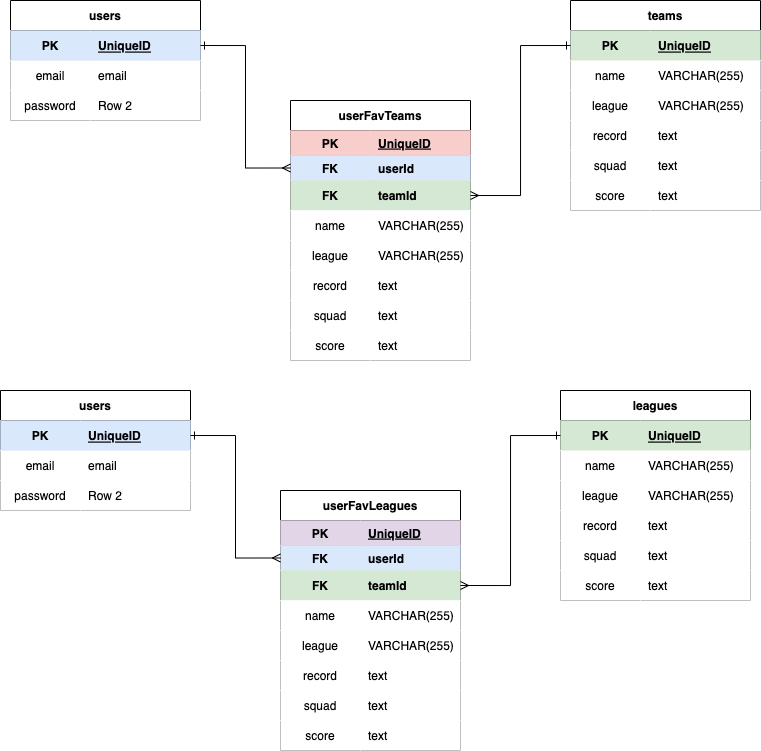
Above: fandb.drawio.png in vijaylpersad/project-2-fandb (draw.io), before the change. Source tidied: cells renumbered, new cells last; positions are measured from the earlier drawing's top-left corner, leaving out a move shared by most shapes.
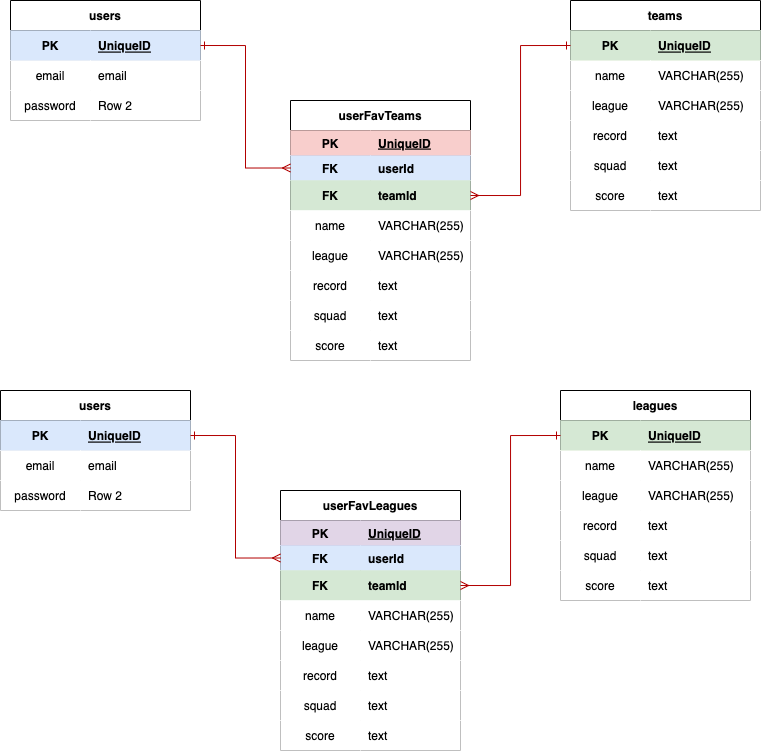
The same diagram one commit later.

The edit, as a diff of the source:
```diff
@@ -164,10 +164,10 @@
     <mxCell id="55" value="text" style="shape=partialRectangle;top=0;left=0;bottom=0;right=0;align=left;spacingLeft=6;overflow=hidden;" parent="53" vertex="1">
       <mxGeometry x="80" width="100" height="30" as="geometry" />
     </mxCell>
-    <mxCell id="56" style="edgeStyle=orthogonalEdgeStyle;rounded=0;jettySize=auto;html=1;exitX=1;exitY=0.5;exitDx=0;exitDy=0;entryX=0;entryY=0.5;entryDx=0;entryDy=0;endArrow=ERmany;endFill=0;startArrow=ERone;startFill=0;" parent="1" edge="1" source="3" target="35">
+    <mxCell id="56" style="edgeStyle=orthogonalEdgeStyle;rounded=0;jettySize=auto;html=1;exitX=1;exitY=0.5;exitDx=0;exitDy=0;entryX=0;entryY=0.5;entryDx=0;entryDy=0;endArrow=ERmany;endFill=0;startArrow=ERone;startFill=0;fillColor=#e51400;strokeColor=#B20000;" parent="1" edge="1" source="3" target="35">
       <mxGeometry relative="1" as="geometry" />
     </mxCell>
-    <mxCell id="57" style="edgeStyle=orthogonalEdgeStyle;rounded=0;jettySize=auto;html=1;exitX=0;exitY=0.5;exitDx=0;exitDy=0;entryX=1;entryY=0.5;entryDx=0;entryDy=0;endArrow=ERmany;endFill=0;startArrow=ERone;startFill=0;" parent="1" edge="1" source="13" target="38">
+    <mxCell id="57" style="edgeStyle=orthogonalEdgeStyle;rounded=0;jettySize=auto;html=1;exitX=0;exitY=0.5;exitDx=0;exitDy=0;entryX=1;entryY=0.5;entryDx=0;entryDy=0;endArrow=ERmany;endFill=0;startArrow=ERone;startFill=0;fillColor=#e51400;strokeColor=#B20000;" parent="1" edge="1" source="13" target="38">
       <mxGeometry relative="1" as="geometry" />
     </mxCell>
     <mxCell id="58" value="users" style="shape=table;startSize=30;rowLines=0;fontStyle=1;align=center;" parent="1" vertex="1">
@@ -332,10 +332,10 @@
     <mxCell id="111" value="text" style="shape=partialRectangle;top=0;left=0;bottom=0;right=0;align=left;spacingLeft=6;overflow=hidden;" parent="109" vertex="1">
       <mxGeometry x="80" width="100" height="30" as="geometry" />
     </mxCell>
-    <mxCell id="112" style="edgeStyle=orthogonalEdgeStyle;rounded=0;jettySize=auto;html=1;exitX=1;exitY=0.5;exitDx=0;exitDy=0;entryX=0;entryY=0.5;entryDx=0;entryDy=0;endArrow=ERmany;endFill=0;startArrow=ERone;startFill=0;" parent="1" edge="1" source="59" target="91">
+    <mxCell id="112" style="edgeStyle=orthogonalEdgeStyle;rounded=0;jettySize=auto;html=1;exitX=1;exitY=0.5;exitDx=0;exitDy=0;entryX=0;entryY=0.5;entryDx=0;entryDy=0;endArrow=ERmany;endFill=0;startArrow=ERone;startFill=0;fillColor=#e51400;strokeColor=#B20000;" parent="1" edge="1" source="59" target="91">
       <mxGeometry relative="1" as="geometry" />
     </mxCell>
-    <mxCell id="113" style="edgeStyle=orthogonalEdgeStyle;rounded=0;jettySize=auto;html=1;exitX=0;exitY=0.5;exitDx=0;exitDy=0;entryX=1;entryY=0.5;entryDx=0;entryDy=0;endArrow=ERmany;endFill=0;startArrow=ERone;startFill=0;" parent="1" edge="1" source="69" target="94">
+    <mxCell id="113" style="edgeStyle=orthogonalEdgeStyle;rounded=0;jettySize=auto;html=1;exitX=0;exitY=0.5;exitDx=0;exitDy=0;entryX=1;entryY=0.5;entryDx=0;entryDy=0;endArrow=ERmany;endFill=0;startArrow=ERone;startFill=0;fillColor=#e51400;strokeColor=#B20000;" parent="1" edge="1" source="69" target="94">
       <mxGeometry relative="1" as="geometry" />
     </mxCell>
   </root>
```
